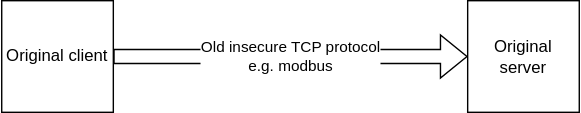
LorenzoRompianesi/mqttTunnelTcp keeps this draw.io diagram as doc/mqttTunnelTcp.svg. Above is the earlier version. Source tidied: cells renumbered, new cells last; positions are measured from the earlier drawing's top-left corner, leaving out a move shared by most shapes. Its diagram source:
```xml
<mxGraphModel>
  <root>
    <mxCell id="0" />
    <mxCell id="1" parent="0" />
    <mxCell id="2" value="&lt;div&gt;Original client&lt;/div&gt;" style="whiteSpace=wrap;html=1;" parent="1" vertex="1">
      <mxGeometry width="80" height="80" as="geometry" />
    </mxCell>
    <mxCell id="3" value="Original server" style="whiteSpace=wrap;html=1;" parent="1" vertex="1">
      <mxGeometry x="334" width="80" height="80" as="geometry" />
    </mxCell>
    <mxCell id="4" value="&lt;div&gt;Old insecure TCP protocol&lt;/div&gt;&lt;div&gt;e.g. modbus&lt;/div&gt;" style="endArrow=classic;html=1;rounded=0;shape=flexArrow;exitX=1;exitY=0.5;exitDx=0;exitDy=0;entryX=0;entryY=0.5;entryDx=0;entryDy=0;" parent="1" edge="1" source="2" target="3">
      <mxGeometry relative="1" as="geometry" />
    </mxCell>
  </root>
</mxGraphModel>
```
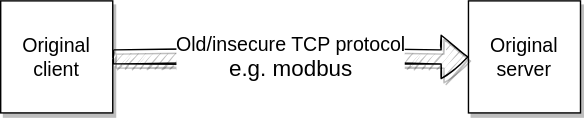
Above is the later version.

Change to the diagram source:
```diff
@@ -2,13 +2,13 @@
   <root>
     <mxCell id="0" />
     <mxCell id="1" parent="0" />
-    <mxCell id="2" value="&lt;div&gt;Original client&lt;/div&gt;" style="whiteSpace=wrap;html=1;" parent="1" vertex="1">
+    <mxCell id="2" value="&lt;div&gt;&lt;font style=&quot;font-size: 14px&quot;&gt;Original client&lt;/font&gt;&lt;/div&gt;" style="whiteSpace=wrap;html=1;shadow=1;" parent="1" vertex="1">
       <mxGeometry width="80" height="80" as="geometry" />
     </mxCell>
-    <mxCell id="3" value="Original server" style="whiteSpace=wrap;html=1;" parent="1" vertex="1">
+    <mxCell id="3" value="&lt;font style=&quot;font-size: 14px&quot;&gt;Original server&lt;/font&gt;" style="whiteSpace=wrap;html=1;glass=0;shadow=1;rounded=0;" parent="1" vertex="1">
       <mxGeometry x="334" width="80" height="80" as="geometry" />
     </mxCell>
-    <mxCell id="4" value="&lt;div&gt;Old insecure TCP protocol&lt;/div&gt;&lt;div&gt;e.g. modbus&lt;/div&gt;" style="endArrow=classic;html=1;rounded=0;shape=flexArrow;exitX=1;exitY=0.5;exitDx=0;exitDy=0;entryX=0;entryY=0.5;entryDx=0;entryDy=0;" parent="1" edge="1" source="2" target="3">
+    <mxCell id="4" value="&lt;div&gt;&lt;font style=&quot;font-size: 14px&quot;&gt;Old/insecure TCP protocol&lt;/font&gt;&lt;/div&gt;&lt;div&gt;&lt;font size=&quot;3&quot;&gt;e.g. modbus&lt;/font&gt;&lt;/div&gt;" style="endArrow=classic;html=1;rounded=0;shape=flexArrow;exitX=1;exitY=0.5;exitDx=0;exitDy=0;entryX=0;entryY=0.5;entryDx=0;entryDy=0;fillColor=#FFFFFF;shadow=1;sketch=1;" parent="1" edge="1" source="2" target="3">
       <mxGeometry relative="1" as="geometry" />
     </mxCell>
   </root>
```
